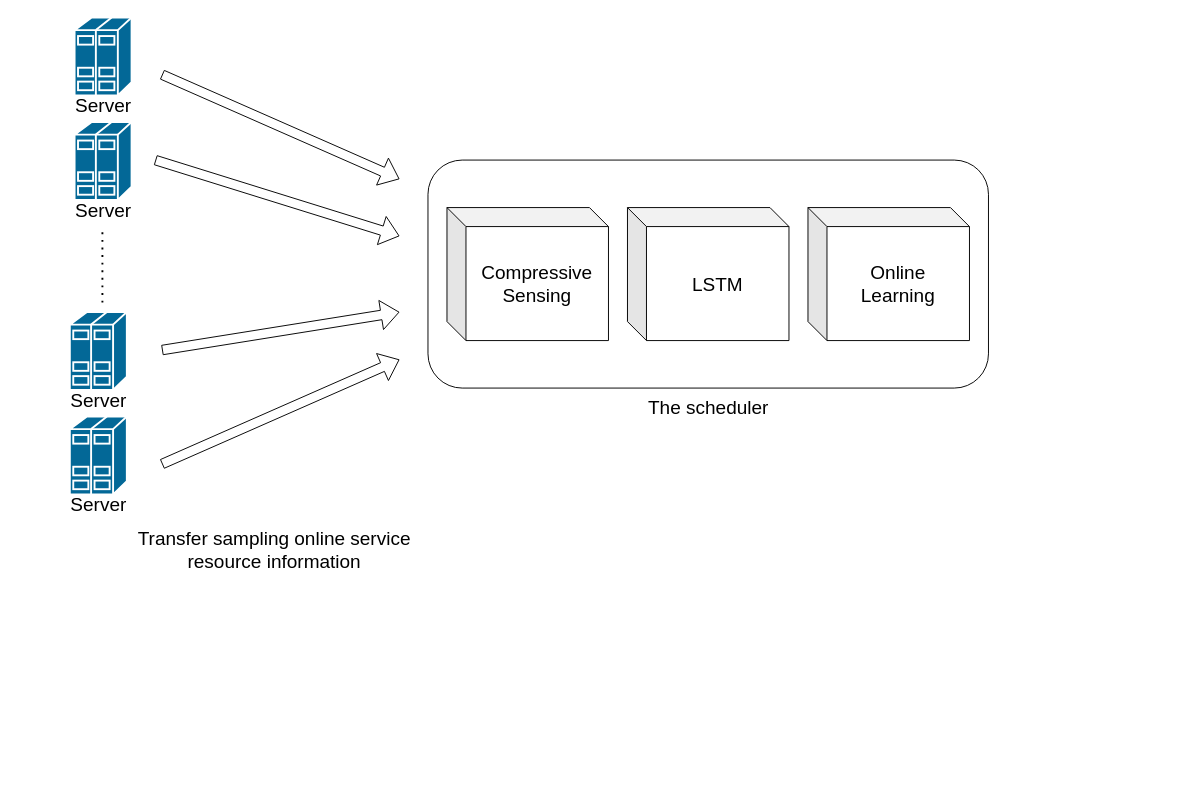
Before: Untitled Diagram.drawio in chenrx7/DQN_MVC, a draw.io diagram. Source tidied: cells renumbered, new cells numbered last; positions are measured from the earlier drawing's top-left corner, leaving out a move shared by most shapes. Both pictures are drawn from the tidied source at 95%, with x=0, y=0 at pixel (65, 17).
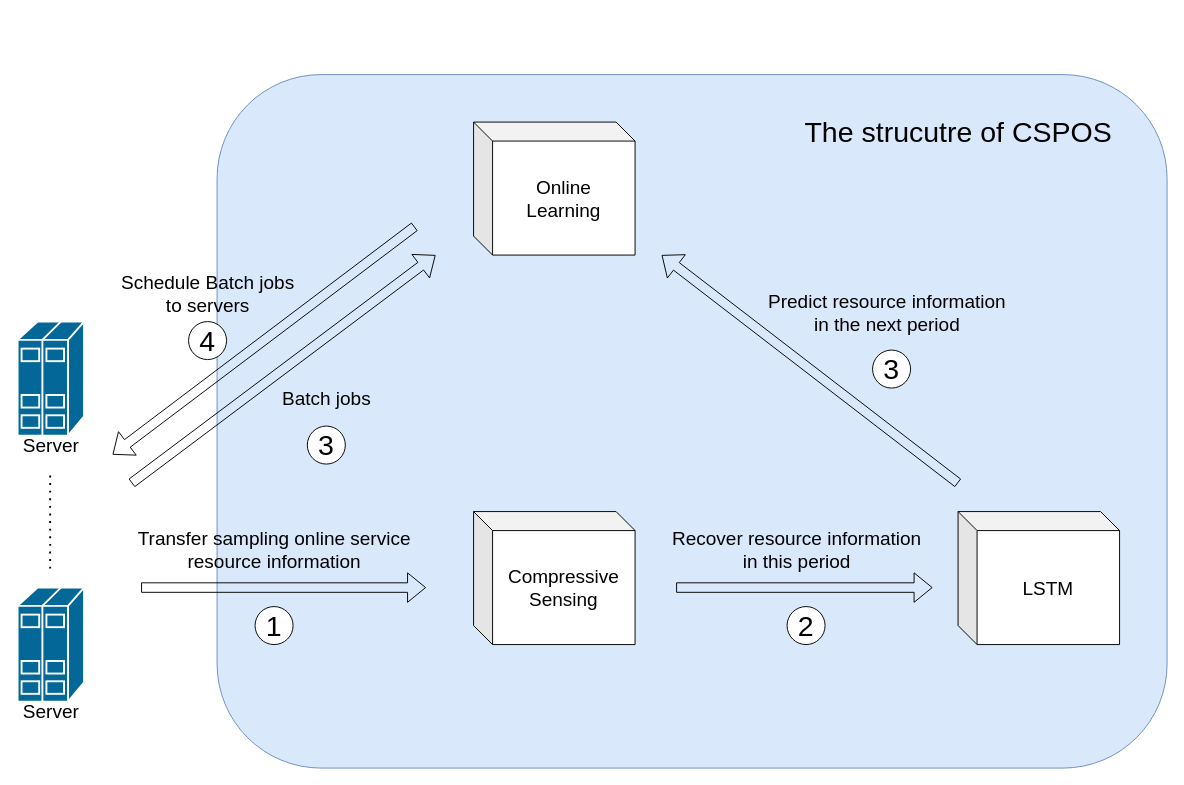
After the change.

Change to the diagram source:
```diff
@@
-    <mxCell id="2" style="endArrow=none;dashed=1;html=1;dashPattern=1 3;strokeWidth=2;" parent="1" edge="1">
-      <mxGeometry relative="1" as="geometry">
-        <mxPoint x="39.3" y="300" as="sourcePoint" />
-        <mxPoint x="39.3" y="220" as="targetPoint" />
-        <Array as="points">
-          <mxPoint x="39.3" y="260" />
-        </Array>
-      </mxGeometry>
-    </mxCell>
+    <mxCell id="34" style="rounded=1;whiteSpace=wrap;html=1;shadow=0;strokeColor=#6c8ebf;fillColor=#dae8fc;" parent="1" vertex="1">
+      <mxGeometry x="160" y="60" width="1000" height="730" as="geometry" />
+    </mxCell>
@@
-    <mxCell id="4" style="group;" parent="1" vertex="1">
-      <mxGeometry x="382" y="150" width="590" height="270" as="geometry" />
-    </mxCell>
-    <mxCell id="5" style="rounded=1;whiteSpace=wrap;html=1;" parent="4" vertex="1">
-      <mxGeometry width="590" height="240" as="geometry" />
-    </mxCell>
-    <mxCell id="6" value="&lt;font style=&quot;font-size: 20px&quot;&gt;The scheduler&lt;/font&gt;" style="text;html=1;align=center;verticalAlign=middle;fillColor=none;strokeColor=none;rounded=0;shadow=0;" parent="4" vertex="1">
-      <mxGeometry x="225" y="250" width="140" height="20" as="geometry" />
-    </mxCell>
-    <mxCell id="7" value="&lt;font style=&quot;font-size: 20px&quot;&gt;Compressive&lt;br&gt;Sensing&lt;/font&gt;" style="shape=cube;whiteSpace=wrap;html=1;boundedLbl=1;backgroundOutline=1;darkOpacity=0.05;darkOpacity2=0.1;shadow=0;" parent="4" vertex="1">
-      <mxGeometry x="20" y="50" width="170" height="140" as="geometry" />
+    <mxCell id="7" value="&lt;font style=&quot;font-size: 20px&quot;&gt;Compressive&lt;br&gt;Sensing&lt;/font&gt;" style="shape=cube;whiteSpace=wrap;html=1;boundedLbl=1;backgroundOutline=1;darkOpacity=0.05;darkOpacity2=0.1;shadow=0;" parent="1" vertex="1">
+      <mxGeometry x="430" y="520" width="170" height="140" as="geometry" />
     </mxCell>
-    <mxCell id="8" value="&lt;span style=&quot;font-size: 20px&quot;&gt;LSTM&lt;/span&gt;" style="shape=cube;whiteSpace=wrap;html=1;boundedLbl=1;backgroundOutline=1;darkOpacity=0.05;darkOpacity2=0.1;shadow=0;" parent="4" vertex="1">
-      <mxGeometry x="210" y="50" width="170" height="140" as="geometry" />
+    <mxCell id="8" value="&lt;span style=&quot;font-size: 20px&quot;&gt;LSTM&lt;/span&gt;" style="shape=cube;whiteSpace=wrap;html=1;boundedLbl=1;backgroundOutline=1;darkOpacity=0.05;darkOpacity2=0.1;shadow=0;" parent="1" vertex="1">
+      <mxGeometry x="940" y="520" width="170" height="140" as="geometry" />
     </mxCell>
-    <mxCell id="9" value="&lt;span style=&quot;font-size: 20px&quot;&gt;Online &lt;br&gt;Learning&lt;/span&gt;" style="shape=cube;whiteSpace=wrap;html=1;boundedLbl=1;backgroundOutline=1;darkOpacity=0.05;darkOpacity2=0.1;shadow=0;" parent="4" vertex="1">
-      <mxGeometry x="400" y="50" width="170" height="140" as="geometry" />
+    <mxCell id="9" value="&lt;span style=&quot;font-size: 20px&quot;&gt;Online &lt;br&gt;Learning&lt;/span&gt;" style="shape=cube;whiteSpace=wrap;html=1;boundedLbl=1;backgroundOutline=1;darkOpacity=0.05;darkOpacity2=0.1;shadow=0;" parent="1" vertex="1">
+      <mxGeometry x="430" y="110" width="170" height="140" as="geometry" />
     </mxCell>
-    <mxCell id="10" style="group;" parent="1" vertex="1">
-      <mxGeometry x="15" y="20" width="60" height="82" as="geometry" />
-    </mxCell>
-    <mxCell id="11" style="group;" parent="10" vertex="1">
-      <mxGeometry width="60" height="82" as="geometry" />
-    </mxCell>
-    <mxCell id="12" style="shape=mxgraph.cisco.servers.standard_host;html=1;dashed=0;fillColor=#036897;strokeColor=#ffffff;strokeWidth=2;verticalLabelPosition=bottom;verticalAlign=top;align=center;shadow=0;" parent="11" vertex="1">
-      <mxGeometry x="7" width="43" height="62" as="geometry" />
-    </mxCell>
-    <mxCell id="13" value="&lt;font style=&quot;font-size: 20px&quot;&gt;Server&lt;/font&gt;" style="text;html=1;align=center;verticalAlign=middle;fillColor=none;strokeColor=none;rounded=0;shadow=0;" parent="11" vertex="1">
-      <mxGeometry x="-10" y="62" width="70" height="20" as="geometry" />
-    </mxCell>
-    <mxCell id="14" style="shape=mxgraph.cisco.servers.standard_host;html=1;dashed=0;fillColor=#036897;strokeColor=#ffffff;strokeWidth=2;verticalLabelPosition=bottom;verticalAlign=top;align=center;shadow=0;" parent="11" vertex="1">
-      <mxGeometry x="-5" y="-20" width="60" height="82" as="geometry" />
-    </mxCell>
-    <mxCell id="15" style="group;" parent="1" vertex="1">
-      <mxGeometry x="15" y="130" width="60" height="82" as="geometry" />
-    </mxCell>
-    <mxCell id="16" style="group;" parent="15" vertex="1">
-      <mxGeometry width="60" height="82" as="geometry" />
-    </mxCell>
-    <mxCell id="17" style="shape=mxgraph.cisco.servers.standard_host;html=1;dashed=0;fillColor=#036897;strokeColor=#ffffff;strokeWidth=2;verticalLabelPosition=bottom;verticalAlign=top;align=center;shadow=0;" parent="16" vertex="1">
-      <mxGeometry x="7" width="43" height="62" as="geometry" />
-    </mxCell>
-    <mxCell id="18" value="&lt;font style=&quot;font-size: 20px&quot;&gt;Server&lt;/font&gt;" style="text;html=1;align=center;verticalAlign=middle;fillColor=none;strokeColor=none;rounded=0;shadow=0;" parent="16" vertex="1">
-      <mxGeometry x="-10" y="62" width="70" height="20" as="geometry" />
-    </mxCell>
-    <mxCell id="19" style="shape=mxgraph.cisco.servers.standard_host;html=1;dashed=0;fillColor=#036897;strokeColor=#ffffff;strokeWidth=2;verticalLabelPosition=bottom;verticalAlign=top;align=center;shadow=0;" parent="16" vertex="1">
-      <mxGeometry x="-5" y="-20" width="60" height="82" as="geometry" />
-    </mxCell>
-    <mxCell id="20" style="group;" parent="1" vertex="1">
-      <mxGeometry x="10" y="440" width="60" height="82" as="geometry" />
-    </mxCell>
-    <mxCell id="21" style="group;" parent="20" vertex="1">
-      <mxGeometry width="60" height="82" as="geometry" />
-    </mxCell>
-    <mxCell id="22" style="shape=mxgraph.cisco.servers.standard_host;html=1;dashed=0;fillColor=#036897;strokeColor=#ffffff;strokeWidth=2;verticalLabelPosition=bottom;verticalAlign=top;align=center;shadow=0;" parent="21" vertex="1">
-      <mxGeometry x="7" width="43" height="62" as="geometry" />
-    </mxCell>
-    <mxCell id="23" value="&lt;font style=&quot;font-size: 20px&quot;&gt;Server&lt;/font&gt;" style="text;html=1;align=center;verticalAlign=middle;fillColor=none;strokeColor=none;rounded=0;shadow=0;" parent="21" vertex="1">
-      <mxGeometry x="-10" y="62" width="70" height="20" as="geometry" />
-    </mxCell>
-    <mxCell id="24" style="shape=mxgraph.cisco.servers.standard_host;html=1;dashed=0;fillColor=#036897;strokeColor=#ffffff;strokeWidth=2;verticalLabelPosition=bottom;verticalAlign=top;align=center;shadow=0;" parent="21" vertex="1">
-      <mxGeometry x="-5" y="-20" width="60" height="82" as="geometry" />
-    </mxCell>
-    <mxCell id="25" style="group;" parent="1" vertex="1">
-      <mxGeometry x="10" y="330" width="60" height="82" as="geometry" />
-    </mxCell>
-    <mxCell id="26" style="group;" parent="25" vertex="1">
-      <mxGeometry width="60" height="82" as="geometry" />
-    </mxCell>
-    <mxCell id="27" style="shape=mxgraph.cisco.servers.standard_host;html=1;dashed=0;fillColor=#036897;strokeColor=#ffffff;strokeWidth=2;verticalLabelPosition=bottom;verticalAlign=top;align=center;shadow=0;" parent="26" vertex="1">
-      <mxGeometry x="7" width="43" height="62" as="geometry" />
-    </mxCell>
-    <mxCell id="28" value="&lt;font style=&quot;font-size: 20px&quot;&gt;Server&lt;/font&gt;" style="text;html=1;align=center;verticalAlign=middle;fillColor=none;strokeColor=none;rounded=0;shadow=0;" parent="26" vertex="1">
-      <mxGeometry x="-10" y="62" width="70" height="20" as="geometry" />
-    </mxCell>
-    <mxCell id="29" style="shape=mxgraph.cisco.servers.standard_host;html=1;dashed=0;fillColor=#036897;strokeColor=#ffffff;strokeWidth=2;verticalLabelPosition=bottom;verticalAlign=top;align=center;shadow=0;" parent="26" vertex="1">
-      <mxGeometry x="-5" y="-20" width="60" height="82" as="geometry" />
-    </mxCell>
-    <mxCell id="30" style="shape=flexArrow;endArrow=classic;html=1;" parent="1" edge="1">
-      <mxGeometry relative="1" as="geometry">
-        <mxPoint x="102" y="60" as="sourcePoint" />
-        <mxPoint x="352" y="170" as="targetPoint" />
-      </mxGeometry>
-    </mxCell>
-    <mxCell id="31" style="shape=flexArrow;endArrow=classic;html=1;" parent="1" edge="1">
-      <mxGeometry relative="1" as="geometry">
-        <mxPoint x="95" y="150" as="sourcePoint" />
-        <mxPoint x="352" y="230" as="targetPoint" />
-      </mxGeometry>
-    </mxCell>
-    <mxCell id="32" style="shape=flexArrow;endArrow=classic;html=1;" parent="1" edge="1">
-      <mxGeometry relative="1" as="geometry">
-        <mxPoint x="102" y="350" as="sourcePoint" />
-        <mxPoint x="352" y="310" as="targetPoint" />
-      </mxGeometry>
-    </mxCell>
-    <mxCell id="33" style="shape=flexArrow;endArrow=classic;html=1;" parent="1" edge="1">
-      <mxGeometry relative="1" as="geometry">
-        <mxPoint x="102" y="470" as="sourcePoint" />
-        <mxPoint x="352" y="360" as="targetPoint" />
-      </mxGeometry>
-    </mxCell>
+    <mxCell id="35" style="shape=flexArrow;endArrow=classic;html=1;" parent="1" edge="1">
+      <mxGeometry relative="1" as="geometry">
+        <mxPoint x="643.2" y="600" as="sourcePoint" />
+        <mxPoint x="913.2" y="600" as="targetPoint" />
+      </mxGeometry>
+    </mxCell>
+    <mxCell id="36" value="&lt;span style=&quot;font-size: 20px&quot;&gt;Recover resource information&lt;br&gt;in this period&lt;br&gt;&lt;/span&gt;" style="text;html=1;align=center;verticalAlign=middle;fillColor=none;strokeColor=none;rounded=0;shadow=0;rotation=0;" parent="1" vertex="1">
+      <mxGeometry x="630" y="540" width="280" height="40" as="geometry" />
+    </mxCell>
+    <mxCell id="37" style="shape=flexArrow;endArrow=classic;html=1;" parent="1" edge="1">
+      <mxGeometry relative="1" as="geometry">
+        <mxPoint x="940" y="490" as="sourcePoint" />
+        <mxPoint x="628" y="250" as="targetPoint" />
+      </mxGeometry>
+    </mxCell>
+    <mxCell id="38" value="&lt;span style=&quot;font-size: 20px&quot;&gt;Predict resource information&lt;br&gt;in the next period&lt;br&gt;&lt;/span&gt;" style="text;html=1;align=center;verticalAlign=middle;fillColor=none;strokeColor=none;rounded=0;shadow=0;rotation=0;" parent="1" vertex="1">
+      <mxGeometry x="730" y="290" width="270" height="40" as="geometry" />
+    </mxCell>
+    <mxCell id="39" style="shape=flexArrow;endArrow=classic;html=1;" parent="1" edge="1">
+      <mxGeometry relative="1" as="geometry">
+        <mxPoint x="70" y="490" as="sourcePoint" />
+        <mxPoint x="390" y="250" as="targetPoint" />
+      </mxGeometry>
+    </mxCell>
+    <mxCell id="40" value="&lt;span style=&quot;font-size: 20px&quot;&gt;Batch jobs&lt;br&gt;&lt;/span&gt;" style="text;html=1;align=center;verticalAlign=middle;fillColor=none;strokeColor=none;rounded=0;shadow=0;rotation=0;" parent="1" vertex="1">
+      <mxGeometry x="220" y="390" width="110" height="20" as="geometry" />
+    </mxCell>
+    <mxCell id="41" style="shape=flexArrow;endArrow=classic;html=1;" parent="1" edge="1">
+      <mxGeometry relative="1" as="geometry">
+        <mxPoint x="368" y="220" as="sourcePoint" />
+        <mxPoint x="50" y="460" as="targetPoint" />
+      </mxGeometry>
+    </mxCell>
+    <mxCell id="42" style="shape=flexArrow;endArrow=classic;html=1;" parent="1" edge="1">
+      <mxGeometry relative="1" as="geometry">
+        <mxPoint x="80" y="600" as="sourcePoint" />
+        <mxPoint x="380" y="600" as="targetPoint" />
+      </mxGeometry>
+    </mxCell>
+    <mxCell id="43" style="group;" parent="1" vertex="1">
+      <mxGeometry x="-50" y="320" width="70" height="420" as="geometry" />
+    </mxCell>
+    <mxCell id="44" style="group;" parent="43" vertex="1">
+      <mxGeometry width="70" height="140" as="geometry" />
+    </mxCell>
+    <mxCell id="45" style="shape=mxgraph.cisco.servers.standard_host;html=1;dashed=0;fillColor=#036897;strokeColor=#ffffff;strokeWidth=2;verticalLabelPosition=bottom;verticalAlign=top;align=center;shadow=0;" parent="44" vertex="1">
+      <mxGeometry width="70" height="120" as="geometry" />
+    </mxCell>
+    <mxCell id="46" value="&lt;font style=&quot;font-size: 20px&quot;&gt;Server&lt;/font&gt;" style="text;html=1;align=center;verticalAlign=middle;fillColor=none;strokeColor=none;rounded=0;shadow=0;" parent="44" vertex="1">
+      <mxGeometry y="120" width="70" height="20" as="geometry" />
+    </mxCell>
+    <mxCell id="47" style="endArrow=none;dashed=1;html=1;dashPattern=1 3;strokeWidth=2;" parent="43" edge="1">
+      <mxGeometry relative="1" as="geometry">
+        <mxPoint x="34.3" y="260" as="sourcePoint" />
+        <mxPoint x="34.3" y="160" as="targetPoint" />
+      </mxGeometry>
+    </mxCell>
+    <mxCell id="48" style="group;" parent="43" vertex="1">
+      <mxGeometry y="280" width="70" height="140" as="geometry" />
+    </mxCell>
+    <mxCell id="49" style="shape=mxgraph.cisco.servers.standard_host;html=1;dashed=0;fillColor=#036897;strokeColor=#ffffff;strokeWidth=2;verticalLabelPosition=bottom;verticalAlign=top;align=center;shadow=0;" parent="48" vertex="1">
+      <mxGeometry width="70" height="120" as="geometry" />
+    </mxCell>
+    <mxCell id="50" value="&lt;font style=&quot;font-size: 20px&quot;&gt;Server&lt;/font&gt;" style="text;html=1;align=center;verticalAlign=middle;fillColor=none;strokeColor=none;rounded=0;shadow=0;" parent="48" vertex="1">
+      <mxGeometry y="120" width="70" height="20" as="geometry" />
+    </mxCell>
+    <mxCell id="51" value="&lt;span style=&quot;font-size: 20px&quot;&gt;Schedule Batch jobs&lt;br&gt;to servers&lt;br&gt;&lt;/span&gt;" style="text;html=1;align=center;verticalAlign=middle;fillColor=none;strokeColor=none;rounded=0;shadow=0;rotation=0;" parent="1" vertex="1">
+      <mxGeometry x="50" y="270" width="200" height="40" as="geometry" />
+    </mxCell>
+    <mxCell id="52" value="&lt;font style=&quot;font-size: 30px&quot;&gt;The strucutre of CSPOS&lt;/font&gt;" style="text;html=1;align=center;verticalAlign=middle;fillColor=none;strokeColor=none;rounded=0;shadow=0;rotation=0;" parent="1" vertex="1">
+      <mxGeometry x="770" y="110" width="340" height="20" as="geometry" />
+    </mxCell>
+    <mxCell id="53" value="&lt;font style=&quot;font-size: 30px&quot;&gt;1&lt;/font&gt;" style="ellipse;whiteSpace=wrap;html=1;shadow=0;fillColor=#ffffff;gradientColor=none;" parent="1" vertex="1">
+      <mxGeometry x="200" y="620" width="40" height="40" as="geometry" />
+    </mxCell>
+    <mxCell id="54" value="&lt;font style=&quot;font-size: 30px&quot;&gt;2&lt;/font&gt;" style="ellipse;whiteSpace=wrap;html=1;shadow=0;fillColor=#ffffff;gradientColor=none;" parent="1" vertex="1">
+      <mxGeometry x="760" y="620" width="40" height="40" as="geometry" />
+    </mxCell>
+    <mxCell id="55" value="&lt;span style=&quot;font-size: 30px&quot;&gt;3&lt;/span&gt;" style="ellipse;whiteSpace=wrap;html=1;shadow=0;fillColor=#ffffff;gradientColor=none;" parent="1" vertex="1">
+      <mxGeometry x="850" y="350" width="40" height="40" as="geometry" />
+    </mxCell>
+    <mxCell id="56" value="&lt;font style=&quot;font-size: 30px&quot;&gt;3&lt;/font&gt;" style="ellipse;whiteSpace=wrap;html=1;shadow=0;fillColor=#ffffff;gradientColor=none;" parent="1" vertex="1">
+      <mxGeometry x="255" y="430" width="40" height="40" as="geometry" />
+    </mxCell>
+    <mxCell id="57" value="&lt;font style=&quot;font-size: 30px&quot;&gt;4&lt;/font&gt;" style="ellipse;whiteSpace=wrap;html=1;shadow=0;fillColor=#ffffff;gradientColor=none;" parent="1" vertex="1">
+      <mxGeometry x="130" y="320" width="40" height="40" as="geometry" />
+    </mxCell>
```
